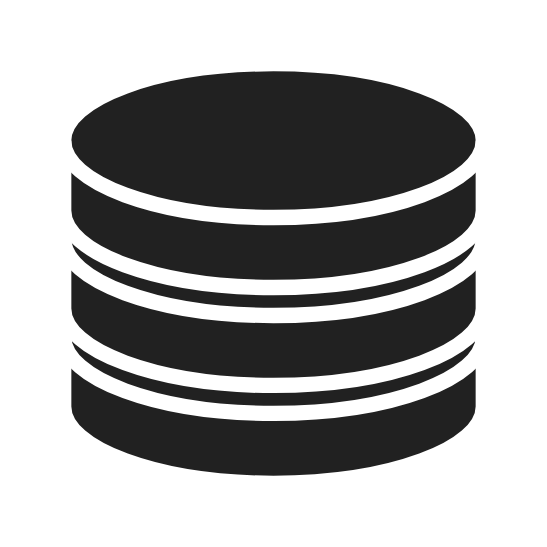
marcosrv-ULL/MLScratch keeps this draw.io diagram as packages/scratch-gui/src/components/gui/icon--database.svg. Above is the earlier version. Source tidied: cells renumbered, new cells last; positions are measured from the earlier drawing's top-left corner, leaving out a move shared by most shapes. The source it was exported from:
```xml
<mxGraphModel>
  <root>
    <mxCell id="0" />
    <mxCell id="1" parent="0" />
    <mxCell id="2" style="shape=cylinder3;whiteSpace=wrap;html=1;boundedLbl=1;backgroundOutline=1;size=55;strokeWidth=11;fillColor=#212121;strokeColor=#FFFFFF;" parent="1" vertex="1">
      <mxGeometry y="140" width="300" height="160" as="geometry" />
    </mxCell>
    <mxCell id="3" style="shape=cylinder3;whiteSpace=wrap;html=1;boundedLbl=1;backgroundOutline=1;size=55;strokeWidth=11;fillColor=#212121;strokeColor=#FFFFFF;" parent="1" vertex="1">
      <mxGeometry y="70" width="300" height="160" as="geometry" />
    </mxCell>
    <mxCell id="4" style="shape=cylinder3;whiteSpace=wrap;html=1;boundedLbl=1;backgroundOutline=1;size=55;strokeWidth=11;fillColor=#212121;strokeColor=#FFFFFF;" parent="1" vertex="1">
      <mxGeometry width="300" height="160" as="geometry" />
    </mxCell>
  </root>
</mxGraphModel>
```
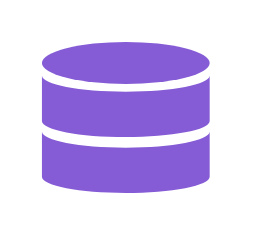
Above is the later version.

The edit, as a diff of the source:
```diff
@@ -2,14 +2,14 @@
   <root>
     <mxCell id="0" />
     <mxCell id="1" parent="0" />
-    <mxCell id="2" style="shape=cylinder3;whiteSpace=wrap;html=1;boundedLbl=1;backgroundOutline=1;size=55;strokeWidth=11;fillColor=#212121;strokeColor=#FFFFFF;" parent="1" vertex="1">
-      <mxGeometry y="140" width="300" height="160" as="geometry" />
+    <mxCell id="2" style="ellipse;whiteSpace=wrap;html=1;strokeColor=none;fillColor=#855CD6;" parent="1" vertex="1">
+      <mxGeometry x="60" y="12" width="120" height="30" as="geometry" />
     </mxCell>
-    <mxCell id="3" style="shape=cylinder3;whiteSpace=wrap;html=1;boundedLbl=1;backgroundOutline=1;size=55;strokeWidth=11;fillColor=#212121;strokeColor=#FFFFFF;" parent="1" vertex="1">
-      <mxGeometry y="70" width="300" height="160" as="geometry" />
+    <mxCell id="3" style="shape=cylinder3;whiteSpace=wrap;html=1;boundedLbl=1;backgroundOutline=1;size=11.581204927884627;lid=0;fillColor=#855CD6;strokeColor=none;" parent="1" vertex="1">
+      <mxGeometry x="60" y="36" width="120" height="44" as="geometry" />
     </mxCell>
-    <mxCell id="4" style="shape=cylinder3;whiteSpace=wrap;html=1;boundedLbl=1;backgroundOutline=1;size=55;strokeWidth=11;fillColor=#212121;strokeColor=#FFFFFF;" parent="1" vertex="1">
-      <mxGeometry width="300" height="160" as="geometry" />
+    <mxCell id="4" style="shape=cylinder3;whiteSpace=wrap;html=1;boundedLbl=1;backgroundOutline=1;size=11.581204927884627;lid=0;fillColor=#855CD6;strokeColor=none;" parent="1" vertex="1">
+      <mxGeometry x="60" y="76" width="120" height="44" as="geometry" />
     </mxCell>
   </root>
 </mxGraphModel>
```
